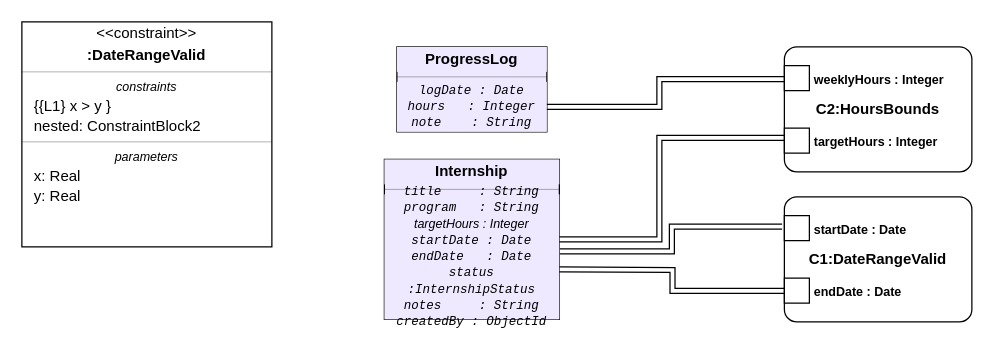
This is Parametric Diagram.drawio from SantiagoOsorioR/sdlapps, a draw.io file, before an edit. Source tidied: cells renumbered, new cells numbered last; positions are measured from the earlier drawing's top-left corner, leaving out a move shared by most shapes. Both pictures are drawn from the tidied source at 125%, with x=0, y=0 at pixel (21, 21).
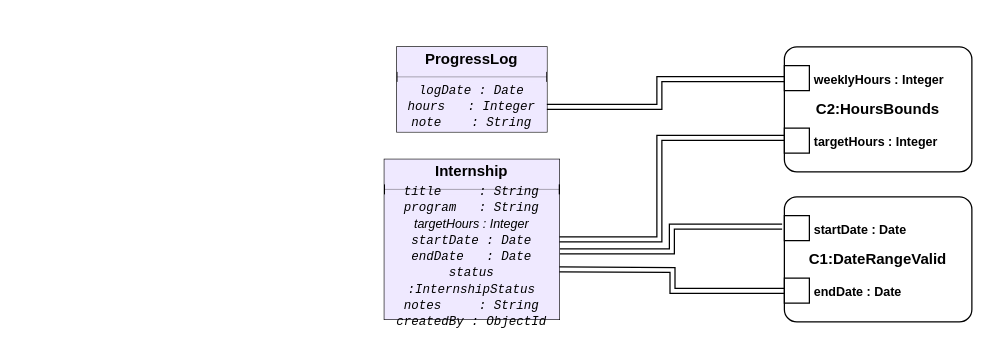
The same diagram, later.

What changed in the source:
```diff
@@
-    <mxCell id="2" style="fontStyle=1;align=center;verticalAlign=middle;horizontal=1;" parent="1" vertex="1">
-      <mxGeometry width="200" height="180" as="geometry" />
-    </mxCell>
-    <mxCell id="3" value="&amp;lt;&amp;lt;constraint&amp;gt;&amp;gt;" style="html=1;align=center;spacing=0;verticalAlign=middle;strokeColor=none;fillColor=none;whiteSpace=wrap;" parent="2" vertex="1">
-      <mxGeometry width="200" height="18" as="geometry" />
-    </mxCell>
-    <mxCell id="4" value=":DateRangeValid" style="html=1;align=center;spacing=0;verticalAlign=middle;strokeColor=none;fillColor=none;whiteSpace=wrap;fontStyle=1;" parent="2" vertex="1">
-      <mxGeometry y="18" width="200" height="18" as="geometry" />
-    </mxCell>
-    <mxCell id="5" style="line;strokeWidth=0.25;fillColor=none;align=left;verticalAlign=middle;spacingTop=-1;spacingLeft=3;spacingRight=3;labelPosition=right;" parent="2" vertex="1">
-      <mxGeometry y="36" width="200" height="8" as="geometry" />
-    </mxCell>
-    <mxCell id="6" value="constraints" style="html=1;align=center;spacing=0;verticalAlign=middle;strokeColor=none;fillColor=none;whiteSpace=wrap;fontStyle=2;fontSize=10;" parent="2" vertex="1">
-      <mxGeometry y="44" width="200" height="16" as="geometry" />
-    </mxCell>
-    <mxCell id="7" value="{{L1} x &gt; y }" style="html=1;align=left;spacing=0;spacingLeft=10;verticalAlign=middle;strokeColor=none;fillColor=none;whiteSpace=wrap;" parent="2" vertex="1">
-      <mxGeometry y="60" width="200" height="16" as="geometry" />
-    </mxCell>
-    <mxCell id="8" value="nested: ConstraintBlock2" style="html=1;align=left;spacing=0;spacingLeft=10;verticalAlign=middle;strokeColor=none;fillColor=none;whiteSpace=wrap;" parent="2" vertex="1">
-      <mxGeometry y="76" width="200" height="16" as="geometry" />
-    </mxCell>
-    <mxCell id="9" style="line;strokeWidth=0.25;fillColor=none;align=left;verticalAlign=middle;spacingTop=-1;spacingLeft=3;spacingRight=3;labelPosition=right;" parent="2" vertex="1">
-      <mxGeometry y="92" width="200" height="8" as="geometry" />
-    </mxCell>
-    <mxCell id="10" value="parameters" style="html=1;align=center;spacing=0;verticalAlign=middle;strokeColor=none;fillColor=none;whiteSpace=wrap;fontStyle=2;fontSize=10;" parent="2" vertex="1">
-      <mxGeometry y="100" width="200" height="16" as="geometry" />
-    </mxCell>
-    <mxCell id="11" value="x: Real" style="html=1;align=left;spacing=0;spacingLeft=10;verticalAlign=middle;strokeColor=none;fillColor=none;whiteSpace=wrap;" parent="2" vertex="1">
-      <mxGeometry y="116" width="200" height="16" as="geometry" />
-    </mxCell>
-    <mxCell id="12" value="y: Real" style="html=1;align=left;spacing=0;spacingLeft=10;verticalAlign=middle;strokeColor=none;fillColor=none;whiteSpace=wrap;" parent="2" vertex="1">
-      <mxGeometry y="132" width="200" height="16" as="geometry" />
-    </mxCell>
-    <mxCell id="13" style="html=1;align=left;spacing=0;spacingLeft=10;verticalAlign=middle;strokeColor=none;fillColor=none;whiteSpace=wrap;" parent="2" vertex="1">
-      <mxGeometry y="148" width="200" height="32" as="geometry" />
-    </mxCell>
```
